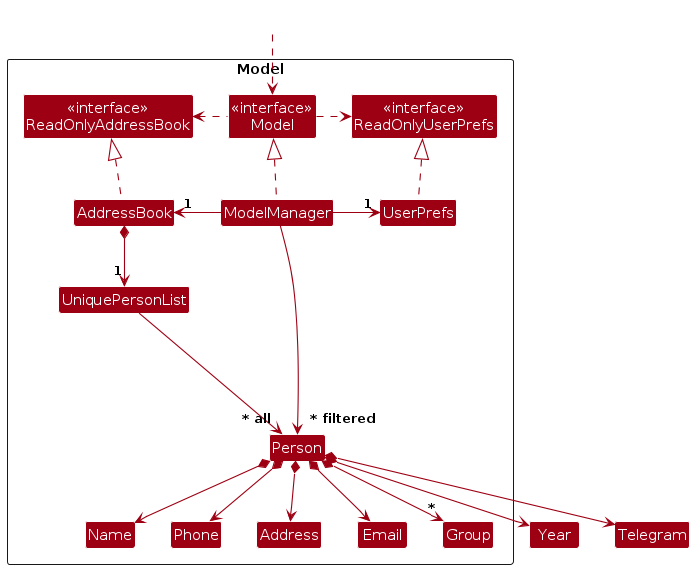
The PlantUML diagram diagrams/ModelClassDiagram.png in STELLA-LYE/tp, before a commit. Its source is kept beside it as diagrams/ModelClassDiagram.puml.
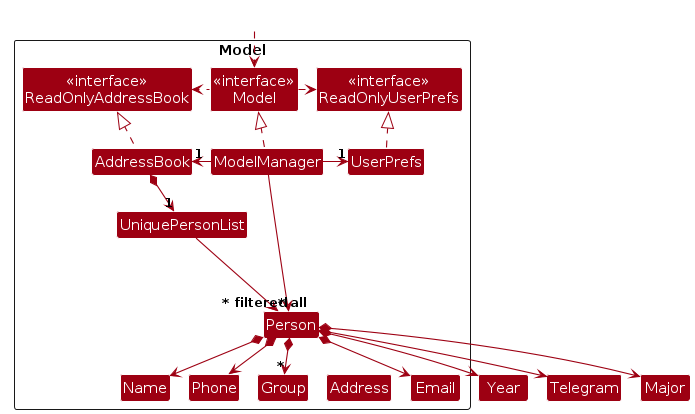
After the change.

Diff of the diagram source:
```diff
@@ -1,4 +1,5 @@
 @startuml
+!pragma layout smetana
 !include style.puml
 skinparam arrowThickness 1.1
 skinparam arrowColor MODEL_COLOR
@@ -42,7 +43,7 @@
 Person *--> Email
 Person *--> Year
 Person *--> Telegram
-Person *--> Address
+Person *--> Major
 Person *--> "*" Group
 
 Person -[hidden]up--> I
```
